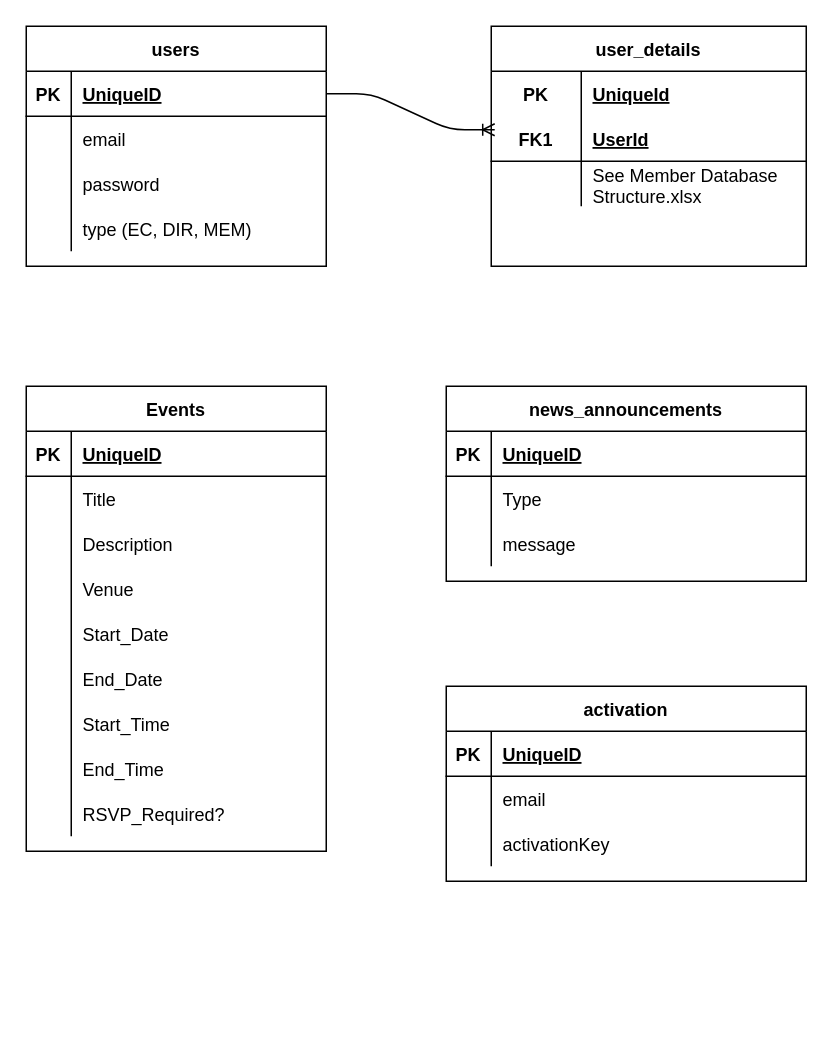
rahulshial/JSOC keeps this draw.io diagram as JSOC_ERD.drawio. Above is the earlier version. Source tidied: cells renumbered, new cells numbered last; positions are measured from the earlier drawing's top-left corner, leaving out a move shared by most shapes. Both pictures are drawn from the tidied source at 150%, with x=0, y=0 at pixel (26, 26).
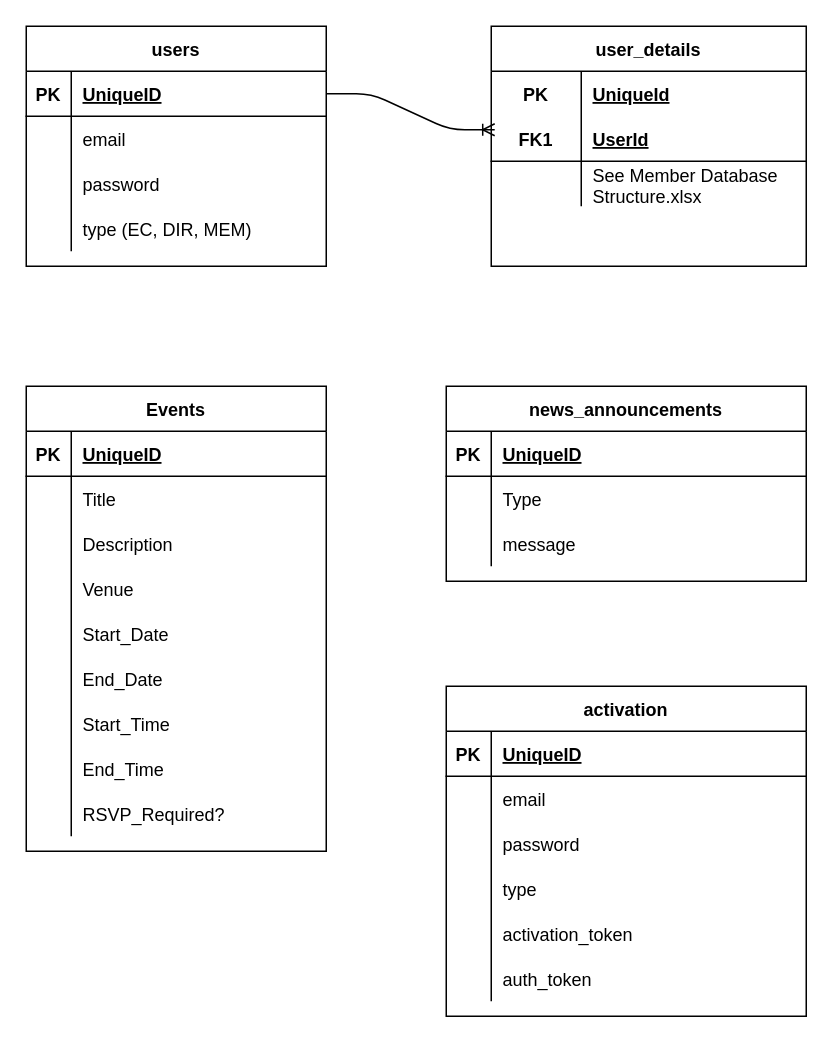
The same page after the edit.

Commit message (it also covers changes not shown here):
Account Activation & User Creation

Unchanged cells that the change refers to:
```xml
<mxCell id="71" style="shape=partialRectangle;fillColor=none;top=0;left=0;bottom=0;right=0;" parent="64" vertex="1">
  <mxGeometry y="90" width="240" height="30" as="geometry" />
</mxCell>
```

Change to the diagram source:
```diff
@@
     <mxCell id="64" value="activation" style="shape=table;startSize=30;childLayout=tableLayout;rowLines=0;fontStyle=1;align=center;" parent="1" vertex="1">
-      <mxGeometry x="280" y="440" width="240" height="130" as="geometry" />
+      <mxGeometry x="280" y="440" width="240" height="220" as="geometry" />
     </mxCell>
@@
-    <mxCell id="73" value="activationKey" style="shape=partialRectangle;fillColor=none;top=0;left=0;bottom=0;right=0;align=left;spacingLeft=6;overflow=hidden;" parent="71" vertex="1">
+    <mxCell id="73" value="password" style="shape=partialRectangle;fillColor=none;top=0;left=0;bottom=0;right=0;align=left;spacingLeft=6;overflow=hidden;" parent="71" vertex="1">
       <mxGeometry x="30" width="210" height="30" as="geometry" />
     </mxCell>
+    <mxCell id="74" style="shape=partialRectangle;fillColor=none;top=0;left=0;bottom=0;right=0;" parent="64" vertex="1">
+      <mxGeometry y="120" width="240" height="30" as="geometry" />
+    </mxCell>
+    <mxCell id="75" style="shape=partialRectangle;fillColor=none;top=0;left=0;bottom=0;right=0;overflow=hidden;" parent="74" vertex="1">
+      <mxGeometry width="30" height="30" as="geometry" />
+    </mxCell>
+    <mxCell id="76" value="type" style="shape=partialRectangle;fillColor=none;top=0;left=0;bottom=0;right=0;align=left;spacingLeft=6;overflow=hidden;" parent="74" vertex="1">
+      <mxGeometry x="30" width="210" height="30" as="geometry" />
+    </mxCell>
+    <mxCell id="77" style="shape=partialRectangle;fillColor=none;top=0;left=0;bottom=0;right=0;" parent="64" vertex="1">
+      <mxGeometry y="150" width="240" height="30" as="geometry" />
+    </mxCell>
+    <mxCell id="78" style="shape=partialRectangle;fillColor=none;top=0;left=0;bottom=0;right=0;overflow=hidden;" parent="77" vertex="1">
+      <mxGeometry width="30" height="30" as="geometry" />
+    </mxCell>
+    <mxCell id="79" value="activation_token" style="shape=partialRectangle;fillColor=none;top=0;left=0;bottom=0;right=0;align=left;spacingLeft=6;overflow=hidden;" parent="77" vertex="1">
+      <mxGeometry x="30" width="210" height="30" as="geometry" />
+    </mxCell>
+    <mxCell id="80" style="shape=partialRectangle;fillColor=none;top=0;left=0;bottom=0;right=0;" parent="64" vertex="1">
+      <mxGeometry y="180" width="240" height="30" as="geometry" />
+    </mxCell>
+    <mxCell id="81" style="shape=partialRectangle;fillColor=none;top=0;left=0;bottom=0;right=0;overflow=hidden;" parent="80" vertex="1">
+      <mxGeometry width="30" height="30" as="geometry" />
+    </mxCell>
+    <mxCell id="82" value="auth_token" style="shape=partialRectangle;fillColor=none;top=0;left=0;bottom=0;right=0;align=left;spacingLeft=6;overflow=hidden;" parent="80" vertex="1">
+      <mxGeometry x="30" width="210" height="30" as="geometry" />
+    </mxCell>
```
